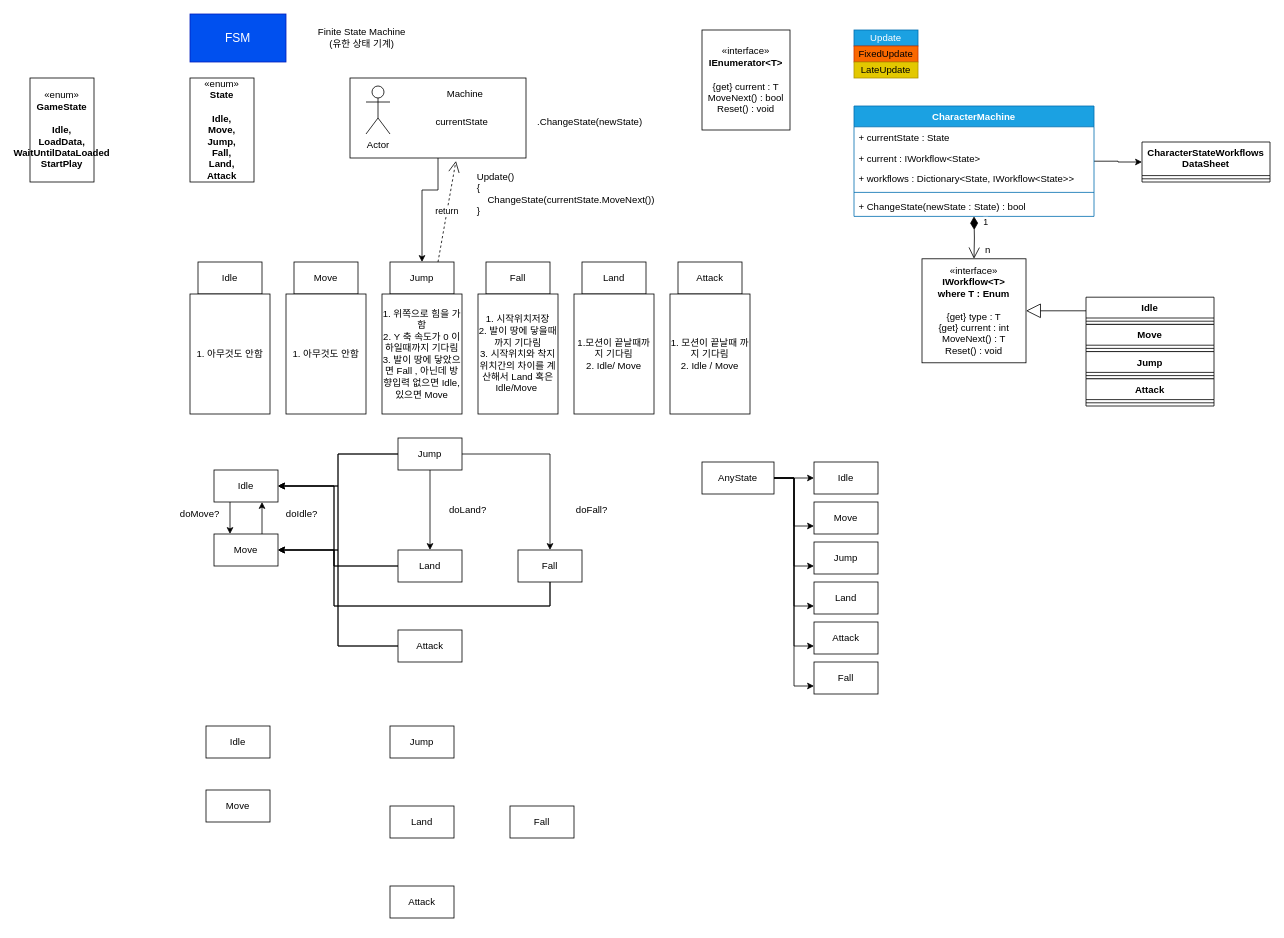
Earlier version of the draw.io diagram Platformer2D/Platformer2DConcept.drawio (luke-youngmin-cho/UnityEngineBasic_9th). Source tidied: cells renumbered, new cells numbered last; positions are measured from the earlier drawing's top-left corner, leaving out a move shared by most shapes. Both pictures are drawn from the tidied source at 80%, with x=0, y=0 at pixel (30, 14).
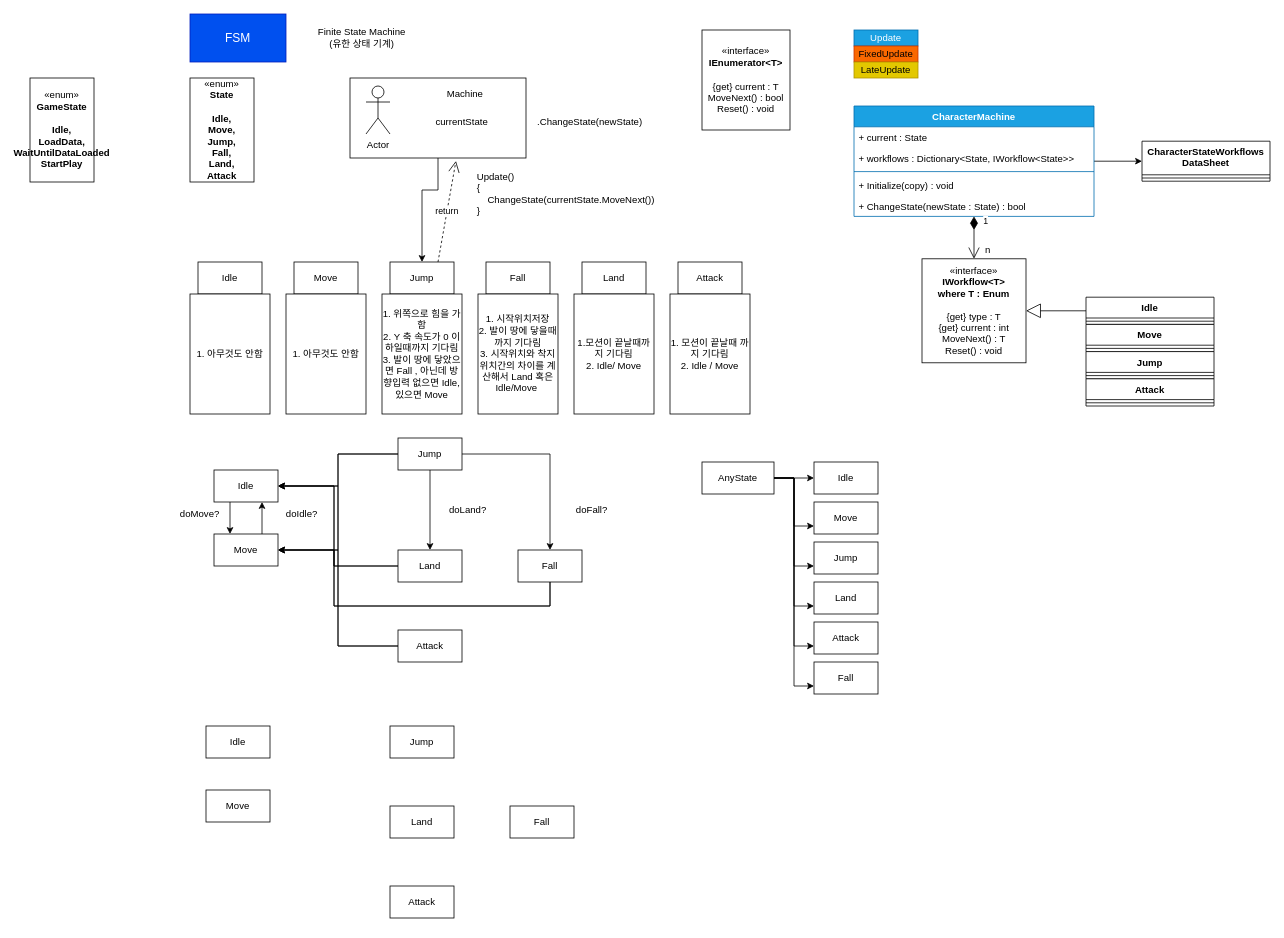
Above is the later version.

Commit message (it also covers changes not shown here):
Platformer2D - FSM

The change refers to these unchanged cells:
```xml
<mxCell id="70" value="«interface»&lt;br&gt;&lt;b&gt;IWorkflow&amp;lt;T&amp;gt;&lt;br&gt;where T : Enum&lt;br&gt;&lt;/b&gt;&lt;br&gt;{get} type : T&lt;br&gt;{get} current : int&lt;br&gt;MoveNext() : T&lt;br&gt;Reset() : void" style="html=1;whiteSpace=wrap;" parent="1" vertex="1">
  <mxGeometry x="1115" y="306" width="130" height="130" as="geometry" />
</mxCell>
<mxCell id="82" value="CharacterMachine" style="swimlane;fontStyle=1;align=center;verticalAlign=top;horizontal=1;startSize=26;whiteSpace=wrap;html=1;fillColor=#1ba1e2;fontColor=#ffffff;strokeColor=#006EAF;" parent="1" vertex="1">
  <mxGeometry x="1030" y="115" width="300" height="138" as="geometry" />
</mxCell>
```

What changed in the source:
```diff
@@
-    <mxCell id="83" value="+ currentState : State" style="text;strokeColor=none;fillColor=none;align=left;verticalAlign=top;spacingLeft=4;spacingRight=4;overflow=hidden;whiteSpace=wrap;html=1;" parent="82" vertex="1">
+    <mxCell id="83" value="+ current : State" style="text;strokeColor=none;fillColor=none;align=left;verticalAlign=top;spacingLeft=4;spacingRight=4;overflow=hidden;whiteSpace=wrap;html=1;" parent="82" vertex="1">
       <mxGeometry y="26" width="300" height="26" as="geometry" />
     </mxCell>
-    <mxCell id="84" value="+ current : IWorkflow&amp;lt;State&amp;gt;" style="text;strokeColor=none;fillColor=none;align=left;verticalAlign=top;spacingLeft=4;spacingRight=4;overflow=hidden;whiteSpace=wrap;html=1;" parent="82" vertex="1">
-      <mxGeometry y="52" width="300" height="26" as="geometry" />
-    </mxCell>
     <mxCell id="85" value="+ workflows : Dictionary&amp;lt;State, IWorkflow&amp;lt;State&amp;gt;&amp;gt;" style="text;strokeColor=none;fillColor=none;align=left;verticalAlign=top;spacingLeft=4;spacingRight=4;overflow=hidden;whiteSpace=wrap;html=1;" parent="82" vertex="1">
-      <mxGeometry y="78" width="300" height="26" as="geometry" />
+      <mxGeometry y="52" width="300" height="26" as="geometry" />
     </mxCell>
     <mxCell id="86" style="line;strokeWidth=1;fillColor=none;align=left;verticalAlign=middle;spacingTop=-1;spacingLeft=3;spacingRight=3;labelPosition=right;strokeColor=inherit;" parent="82" vertex="1">
-      <mxGeometry y="104" width="300" height="8" as="geometry" />
+      <mxGeometry y="78" width="300" height="8" as="geometry" />
     </mxCell>
+    <mxCell id="95" value="+ Initialize(copy) : void" style="text;strokeColor=none;fillColor=none;align=left;verticalAlign=top;spacingLeft=4;spacingRight=4;overflow=hidden;whiteSpace=wrap;html=1;" parent="82" vertex="1">
+      <mxGeometry y="86" width="300" height="26" as="geometry" />
+    </mxCell>
@@
-    <mxCell id="88" value="1" style="endArrow=open;html=1;endSize=12;startArrow=diamondThin;startSize=14;startFill=1;edgeStyle=orthogonalEdgeStyle;align=left;verticalAlign=bottom;rounded=0;" parent="1" edge="1" target="70">
-      <mxGeometry x="-0.42" y="10" relative="1" as="geometry">
-        <mxPoint x="1180" y="253" as="sourcePoint" />
-      </mxGeometry>
+    <mxCell id="88" value="1" style="endArrow=open;html=1;endSize=12;startArrow=diamondThin;startSize=14;startFill=1;edgeStyle=orthogonalEdgeStyle;align=left;verticalAlign=bottom;rounded=0;" parent="1" edge="1" source="82" target="70">
+      <mxGeometry x="-0.42" y="10" relative="1" as="geometry" />
     </mxCell>
@@
     <mxCell id="93" value="CharacterStateWorkflows&lt;br&gt;DataSheet" style="swimlane;fontStyle=1;align=center;verticalAlign=top;horizontal=1;startSize=42;whiteSpace=wrap;html=1;" parent="1" vertex="1">
-      <mxGeometry x="1390" y="160" width="160" height="50" as="geometry" />
+      <mxGeometry x="1390" y="159" width="160" height="50" as="geometry" />
     </mxCell>
```
